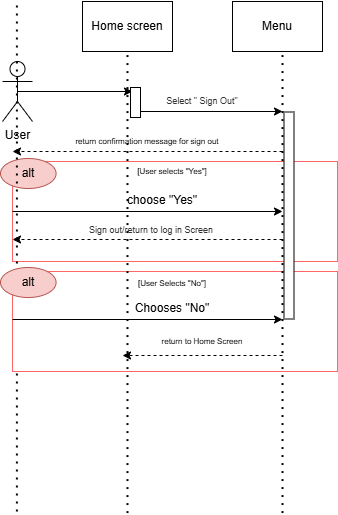
Before: Draw.io/Sequence diagrams/seq2.png, a diagram exported from draw.io (kitros03/ProjectTL). Source tidied: cells renumbered, new cells last; positions are measured from the earlier drawing's top-left corner, leaving out a move shared by most shapes. The source it was exported from:
```xml
<mxGraphModel>
  <root>
    <mxCell id="0" />
    <mxCell id="1" parent="0" />
    <mxCell id="2" value="User" style="shape=umlActor;verticalLabelPosition=bottom;verticalAlign=top;html=1;outlineConnect=0;" parent="1" vertex="1">
      <mxGeometry x="2" y="60" width="30" height="60" as="geometry" />
    </mxCell>
    <mxCell id="3" style="endArrow=classic;html=1;rounded=0;exitX=0.5;exitY=0.5;exitDx=0;exitDy=0;exitPerimeter=0;" parent="1" edge="1" source="2">
      <mxGeometry relative="1" as="geometry">
        <mxPoint x="132" y="90" as="targetPoint" />
      </mxGeometry>
    </mxCell>
    <mxCell id="4" value="&lt;font face=&quot;arial, sans-serif&quot; color=&quot;#333333&quot;&gt;&lt;span style=&quot;text-wrap-mode: nowrap; background-color: rgb(255, 255, 255);&quot;&gt;Select &quot; Sign Out&quot;&lt;/span&gt;&lt;/font&gt;" style="text;html=1;align=center;verticalAlign=middle;whiteSpace=wrap;rounded=0;fontSize=9;" parent="1" vertex="1">
      <mxGeometry x="152" y="90" width="100" height="20" as="geometry" />
    </mxCell>
    <mxCell id="5" style="endArrow=classic;html=1;rounded=0;" parent="1" edge="1">
      <mxGeometry relative="1" as="geometry">
        <mxPoint x="132" y="110" as="sourcePoint" />
        <mxPoint x="282" y="110" as="targetPoint" />
      </mxGeometry>
    </mxCell>
    <mxCell id="6" style="rounded=0;whiteSpace=wrap;html=1;strokeColor=#FF6666;" parent="1" vertex="1">
      <mxGeometry x="12" y="160" width="325" height="100" as="geometry" />
    </mxCell>
    <mxCell id="7" value="alt" style="ellipse;whiteSpace=wrap;html=1;fillColor=#f8cecc;strokeColor=#b85450;" parent="1" vertex="1">
      <mxGeometry y="157" width="55.6" height="30" as="geometry" />
    </mxCell>
    <mxCell id="8" value="[User selects &quot;Yes&quot;]" style="text;html=1;align=center;verticalAlign=middle;whiteSpace=wrap;rounded=0;fontSize=8;" parent="1" vertex="1">
      <mxGeometry x="122" y="160" width="100" height="20" as="geometry" />
    </mxCell>
    <mxCell id="9" value="choose &quot;Yes&quot;" style="text;html=1;align=center;verticalAlign=middle;whiteSpace=wrap;rounded=0;" parent="1" vertex="1">
      <mxGeometry x="122" y="187" width="80" height="23" as="geometry" />
    </mxCell>
    <mxCell id="10" style="endArrow=classic;html=1;rounded=0;" parent="1" edge="1">
      <mxGeometry relative="1" as="geometry">
        <mxPoint x="12" y="210" as="sourcePoint" />
        <mxPoint x="282" y="210" as="targetPoint" />
      </mxGeometry>
    </mxCell>
    <mxCell id="11" style="endArrow=classic;html=1;rounded=0;dashed=1;" parent="1" edge="1">
      <mxGeometry relative="1" as="geometry">
        <mxPoint x="282" y="150" as="sourcePoint" />
        <mxPoint x="12" y="150" as="targetPoint" />
      </mxGeometry>
    </mxCell>
    <mxCell id="12" style="endArrow=none;dashed=1;html=1;dashPattern=1 3;strokeWidth=2;rounded=0;" parent="1" edge="1">
      <mxGeometry relative="1" as="geometry">
        <mxPoint x="16.4" y="510" as="sourcePoint" />
        <mxPoint x="16.4" as="targetPoint" />
      </mxGeometry>
    </mxCell>
    <mxCell id="13" value="&lt;font face=&quot;arial, sans-serif&quot; color=&quot;#333333&quot;&gt;&lt;span style=&quot;text-wrap-mode: nowrap; background-color: rgb(255, 255, 255);&quot;&gt;Sign out/return to log in Screen&lt;/span&gt;&lt;/font&gt;" style="text;html=1;align=center;verticalAlign=middle;whiteSpace=wrap;rounded=0;fontSize=9;" parent="1" vertex="1">
      <mxGeometry x="50.6" y="219" width="200" height="20" as="geometry" />
    </mxCell>
    <mxCell id="14" style="endArrow=classic;html=1;rounded=0;dashed=1;" parent="1" edge="1">
      <mxGeometry relative="1" as="geometry">
        <mxPoint x="282" y="238" as="sourcePoint" />
        <mxPoint x="12" y="238" as="targetPoint" />
      </mxGeometry>
    </mxCell>
    <mxCell id="15" style="rounded=0;whiteSpace=wrap;html=1;strokeColor=#FF6666;" parent="1" vertex="1">
      <mxGeometry x="12" y="270" width="325" height="100" as="geometry" />
    </mxCell>
    <mxCell id="16" value="alt" style="ellipse;whiteSpace=wrap;html=1;fillColor=#f8cecc;strokeColor=#b85450;" parent="1" vertex="1">
      <mxGeometry y="266" width="55.6" height="30" as="geometry" />
    </mxCell>
    <mxCell id="17" value="[User Selects &quot;No&quot;]" style="text;html=1;align=center;verticalAlign=middle;whiteSpace=wrap;rounded=0;fontSize=8;" parent="1" vertex="1">
      <mxGeometry x="122" y="272" width="100" height="20" as="geometry" />
    </mxCell>
    <mxCell id="18" value="Chooses &quot;No&quot;" style="text;html=1;align=center;verticalAlign=middle;whiteSpace=wrap;rounded=0;" parent="1" vertex="1">
      <mxGeometry x="132" y="295" width="80" height="23" as="geometry" />
    </mxCell>
    <mxCell id="19" style="endArrow=classic;html=1;rounded=0;" parent="1" edge="1">
      <mxGeometry relative="1" as="geometry">
        <mxPoint x="12" y="318" as="sourcePoint" />
        <mxPoint x="282" y="318" as="targetPoint" />
      </mxGeometry>
    </mxCell>
    <mxCell id="20" style="endArrow=none;dashed=1;html=1;dashPattern=1 3;strokeWidth=2;rounded=0;entryX=0.5;entryY=0;entryDx=0;entryDy=0;" parent="1" edge="1">
      <mxGeometry relative="1" as="geometry">
        <mxPoint x="282" y="511.6" as="sourcePoint" />
        <mxPoint x="282" as="targetPoint" />
      </mxGeometry>
    </mxCell>
    <mxCell id="21" style="endArrow=none;dashed=1;html=1;dashPattern=1 3;strokeWidth=2;rounded=0;entryX=0.5;entryY=0;entryDx=0;entryDy=0;" parent="1" edge="1" target="24">
      <mxGeometry relative="1" as="geometry">
        <mxPoint x="127" y="511.6" as="sourcePoint" />
      </mxGeometry>
    </mxCell>
    <mxCell id="22" style="endArrow=classic;html=1;rounded=0;dashed=1;" parent="1" edge="1">
      <mxGeometry relative="1" as="geometry">
        <mxPoint x="282" y="354" as="sourcePoint" />
        <mxPoint x="122" y="354" as="targetPoint" />
      </mxGeometry>
    </mxCell>
    <mxCell id="23" value="Menu" style="rounded=0;whiteSpace=wrap;html=1;" parent="1" vertex="1">
      <mxGeometry x="232" width="90" height="50" as="geometry" />
    </mxCell>
    <mxCell id="24" value="Home screen" style="rounded=0;whiteSpace=wrap;html=1;" parent="1" vertex="1">
      <mxGeometry x="82" width="90" height="50" as="geometry" />
    </mxCell>
    <mxCell id="25" value="return to Home Screen" style="text;html=1;align=center;verticalAlign=middle;whiteSpace=wrap;rounded=0;fontSize=8;" parent="1" vertex="1">
      <mxGeometry x="142" y="330" width="120" height="20" as="geometry" />
    </mxCell>
    <mxCell id="26" value="return confirmation message for sign out" style="text;html=1;align=center;verticalAlign=middle;whiteSpace=wrap;rounded=0;fontSize=8;" parent="1" vertex="1">
      <mxGeometry x="72" y="130" width="150" height="20" as="geometry" />
    </mxCell>
    <mxCell id="27" style="rounded=0;whiteSpace=wrap;html=1;rotation=90;" parent="1" vertex="1">
      <mxGeometry x="120" y="96" width="30" height="10" as="geometry" />
    </mxCell>
    <mxCell id="28" style="rounded=0;whiteSpace=wrap;html=1;rotation=90;" parent="1" vertex="1">
      <mxGeometry x="185" y="209" width="207" height="10" as="geometry" />
    </mxCell>
  </root>
</mxGraphModel>
```
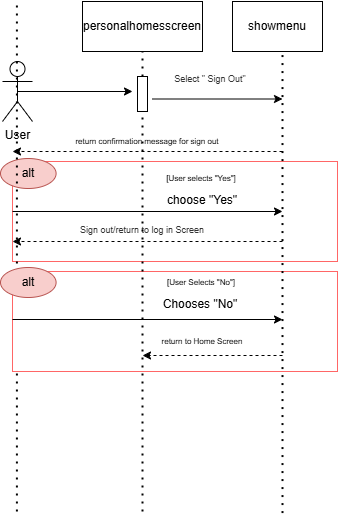
The same file after the commit.

Change to the diagram source:
```diff
@@ -10,13 +10,10 @@
         <mxPoint x="132" y="90" as="targetPoint" />
       </mxGeometry>
     </mxCell>
-    <mxCell id="4" value="&lt;font face=&quot;arial, sans-serif&quot; color=&quot;#333333&quot;&gt;&lt;span style=&quot;text-wrap-mode: nowrap; background-color: rgb(255, 255, 255);&quot;&gt;Select &quot; Sign Out&quot;&lt;/span&gt;&lt;/font&gt;" style="text;html=1;align=center;verticalAlign=middle;whiteSpace=wrap;rounded=0;fontSize=9;" parent="1" vertex="1">
-      <mxGeometry x="152" y="90" width="100" height="20" as="geometry" />
-    </mxCell>
     <mxCell id="5" style="endArrow=classic;html=1;rounded=0;" parent="1" edge="1">
       <mxGeometry relative="1" as="geometry">
-        <mxPoint x="132" y="110" as="sourcePoint" />
-        <mxPoint x="282" y="110" as="targetPoint" />
+        <mxPoint x="152" y="97.5" as="sourcePoint" />
+        <mxPoint x="282" y="97.5" as="targetPoint" />
       </mxGeometry>
     </mxCell>
     <mxCell id="6" style="rounded=0;whiteSpace=wrap;html=1;strokeColor=#FF6666;" parent="1" vertex="1">
@@ -26,10 +23,10 @@
       <mxGeometry y="157" width="55.6" height="30" as="geometry" />
     </mxCell>
     <mxCell id="8" value="[User selects &quot;Yes&quot;]" style="text;html=1;align=center;verticalAlign=middle;whiteSpace=wrap;rounded=0;fontSize=8;" parent="1" vertex="1">
-      <mxGeometry x="122" y="160" width="100" height="20" as="geometry" />
+      <mxGeometry x="150.6" y="167" width="100" height="20" as="geometry" />
     </mxCell>
     <mxCell id="9" value="choose &quot;Yes&quot;" style="text;html=1;align=center;verticalAlign=middle;whiteSpace=wrap;rounded=0;" parent="1" vertex="1">
-      <mxGeometry x="122" y="187" width="80" height="23" as="geometry" />
+      <mxGeometry x="162" y="187" width="80" height="23" as="geometry" />
     </mxCell>
     <mxCell id="10" style="endArrow=classic;html=1;rounded=0;" parent="1" edge="1">
       <mxGeometry relative="1" as="geometry">
@@ -50,12 +47,12 @@
       </mxGeometry>
     </mxCell>
     <mxCell id="13" value="&lt;font face=&quot;arial, sans-serif&quot; color=&quot;#333333&quot;&gt;&lt;span style=&quot;text-wrap-mode: nowrap; background-color: rgb(255, 255, 255);&quot;&gt;Sign out/return to log in Screen&lt;/span&gt;&lt;/font&gt;" style="text;html=1;align=center;verticalAlign=middle;whiteSpace=wrap;rounded=0;fontSize=9;" parent="1" vertex="1">
-      <mxGeometry x="50.6" y="219" width="200" height="20" as="geometry" />
+      <mxGeometry x="42" y="219" width="200" height="20" as="geometry" />
     </mxCell>
     <mxCell id="14" style="endArrow=classic;html=1;rounded=0;dashed=1;" parent="1" edge="1">
       <mxGeometry relative="1" as="geometry">
-        <mxPoint x="282" y="238" as="sourcePoint" />
-        <mxPoint x="12" y="238" as="targetPoint" />
+        <mxPoint x="282" y="240" as="sourcePoint" />
+        <mxPoint x="12" y="240" as="targetPoint" />
       </mxGeometry>
     </mxCell>
     <mxCell id="15" style="rounded=0;whiteSpace=wrap;html=1;strokeColor=#FF6666;" parent="1" vertex="1">
@@ -65,10 +62,10 @@
       <mxGeometry y="266" width="55.6" height="30" as="geometry" />
     </mxCell>
     <mxCell id="17" value="[User Selects &quot;No&quot;]" style="text;html=1;align=center;verticalAlign=middle;whiteSpace=wrap;rounded=0;fontSize=8;" parent="1" vertex="1">
-      <mxGeometry x="122" y="272" width="100" height="20" as="geometry" />
+      <mxGeometry x="150.6" y="271" width="100" height="20" as="geometry" />
     </mxCell>
     <mxCell id="18" value="Chooses &quot;No&quot;" style="text;html=1;align=center;verticalAlign=middle;whiteSpace=wrap;rounded=0;" parent="1" vertex="1">
-      <mxGeometry x="132" y="295" width="80" height="23" as="geometry" />
+      <mxGeometry x="159.5" y="291" width="80" height="23" as="geometry" />
     </mxCell>
     <mxCell id="19" style="endArrow=classic;html=1;rounded=0;" parent="1" edge="1">
       <mxGeometry relative="1" as="geometry">
@@ -82,22 +79,20 @@
         <mxPoint x="282" as="targetPoint" />
       </mxGeometry>
     </mxCell>
-    <mxCell id="21" style="endArrow=none;dashed=1;html=1;dashPattern=1 3;strokeWidth=2;rounded=0;entryX=0.5;entryY=0;entryDx=0;entryDy=0;" parent="1" edge="1" target="24">
-      <mxGeometry relative="1" as="geometry">
-        <mxPoint x="127" y="511.6" as="sourcePoint" />
-      </mxGeometry>
+    <mxCell id="21" style="endArrow=none;dashed=1;html=1;dashPattern=1 3;strokeWidth=2;rounded=0;entryX=0.5;entryY=0;entryDx=0;entryDy=0;" parent="1" edge="1" source="27" target="24">
+      <mxGeometry relative="1" as="geometry" />
     </mxCell>
     <mxCell id="22" style="endArrow=classic;html=1;rounded=0;dashed=1;" parent="1" edge="1">
       <mxGeometry relative="1" as="geometry">
         <mxPoint x="282" y="354" as="sourcePoint" />
-        <mxPoint x="122" y="354" as="targetPoint" />
+        <mxPoint x="142" y="354" as="targetPoint" />
       </mxGeometry>
     </mxCell>
-    <mxCell id="23" value="Menu" style="rounded=0;whiteSpace=wrap;html=1;" parent="1" vertex="1">
+    <mxCell id="23" value="showmenu" style="rounded=0;whiteSpace=wrap;html=1;" parent="1" vertex="1">
       <mxGeometry x="232" width="90" height="50" as="geometry" />
     </mxCell>
-    <mxCell id="24" value="Home screen" style="rounded=0;whiteSpace=wrap;html=1;" parent="1" vertex="1">
-      <mxGeometry x="82" width="90" height="50" as="geometry" />
+    <mxCell id="24" value="personalhomesscreen" style="rounded=0;whiteSpace=wrap;html=1;" parent="1" vertex="1">
+      <mxGeometry x="82" width="120" height="50" as="geometry" />
     </mxCell>
     <mxCell id="25" value="return to Home Screen" style="text;html=1;align=center;verticalAlign=middle;whiteSpace=wrap;rounded=0;fontSize=8;" parent="1" vertex="1">
       <mxGeometry x="142" y="330" width="120" height="20" as="geometry" />
@@ -105,11 +100,29 @@
     <mxCell id="26" value="return confirmation message for sign out" style="text;html=1;align=center;verticalAlign=middle;whiteSpace=wrap;rounded=0;fontSize=8;" parent="1" vertex="1">
       <mxGeometry x="72" y="130" width="150" height="20" as="geometry" />
     </mxCell>
+    <mxCell id="29" style="endArrow=none;dashed=1;html=1;dashPattern=1 3;strokeWidth=2;rounded=0;entryX=0.5;entryY=0;entryDx=0;entryDy=0;" parent="1" edge="1" source="27">
+      <mxGeometry relative="1" as="geometry">
+        <mxPoint x="142" y="96.5" as="targetPoint" />
+      </mxGeometry>
+    </mxCell>
+    <mxCell id="30" style="endArrow=none;dashed=1;html=1;dashPattern=1 3;strokeWidth=2;rounded=0;entryX=1;entryY=0.5;entryDx=0;entryDy=0;" parent="1" edge="1" target="27">
+      <mxGeometry relative="1" as="geometry">
+        <mxPoint x="142" y="510" as="sourcePoint" />
+        <Array as="points">
+          <mxPoint x="142" y="120" />
+        </Array>
+      </mxGeometry>
+    </mxCell>
     <mxCell id="27" style="rounded=0;whiteSpace=wrap;html=1;rotation=90;" parent="1" vertex="1">
-      <mxGeometry x="120" y="96" width="30" height="10" as="geometry" />
+      <mxGeometry x="124.5" y="87.5" width="35" height="10" as="geometry" />
     </mxCell>
-    <mxCell id="28" style="rounded=0;whiteSpace=wrap;html=1;rotation=90;" parent="1" vertex="1">
-      <mxGeometry x="185" y="209" width="207" height="10" as="geometry" />
-    </mxCell>
+    <mxCell id="31" style="edgeStyle=orthogonalEdgeStyle;rounded=0;jettySize=auto;html=1;exitX=1;exitY=1;exitDx=0;exitDy=0;" parent="1" edge="1" source="4">
+      <mxGeometry relative="1" as="geometry">
+        <mxPoint x="259.5" y="87.3" as="targetPoint" />
+      </mxGeometry>
+    </mxCell>
+    <mxCell id="4" value="&lt;font face=&quot;arial, sans-serif&quot; color=&quot;#333333&quot;&gt;&lt;span style=&quot;text-wrap-mode: nowrap; background-color: rgb(255, 255, 255);&quot;&gt;Select &quot; Sign Out&quot;&lt;/span&gt;&lt;/font&gt;" style="text;html=1;align=center;verticalAlign=middle;whiteSpace=wrap;rounded=0;fontSize=9;" parent="1" vertex="1">
+      <mxGeometry x="159.5" y="67.5" width="100" height="20" as="geometry" />
+    </mxCell>
   </root>
 </mxGraphModel>
```
